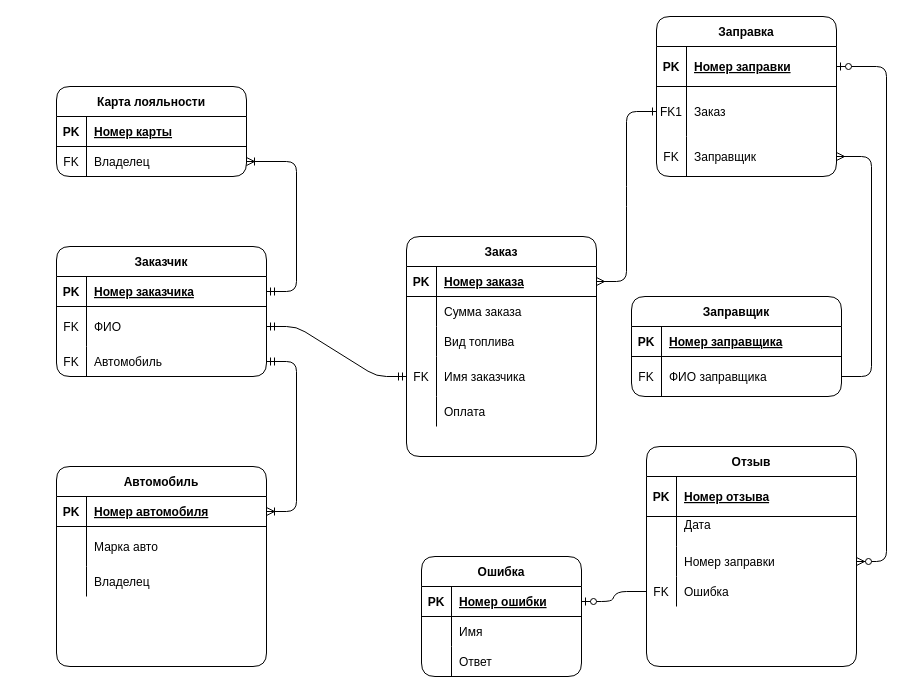
aleksey899/gas-station keeps this draw.io diagram as page "Logical" (1 of 2) of ERD.drawio. Above is the earlier version. Source tidied: cells renumbered, new cells numbered last; positions are measured from the earlier drawing's top-left corner, leaving out a move shared by most shapes. Both pictures are drawn from the tidied source at 100%, with x=0, y=0 at pixel (56, 16).
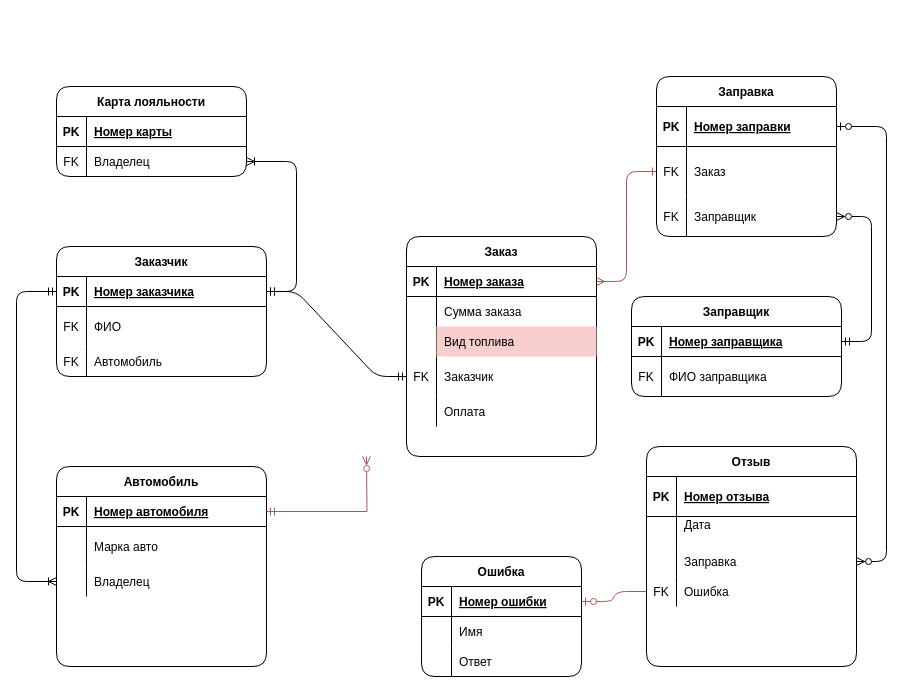
The same diagram, later.

The change refers to these unchanged cells:
```xml
<mxCell id="7" style="shape=partialRectangle;fillColor=none;points=[[0,0.5],[1,0.5]];portConstraint=eastwest;top=0;left=0;right=0;bottom=0;" parent="3" vertex="1">
  <mxGeometry y="70" width="180" height="50" as="geometry" />
</mxCell>
<mxCell id="10" style="shape=partialRectangle;fillColor=none;top=0;left=0;bottom=0;right=0;points=[[0,0.5],[1,0.5]];portConstraint=eastwest;" parent="3" vertex="1">
  <mxGeometry y="120" width="180" height="40" as="geometry" />
</mxCell>
<mxCell id="14" style="shape=partialRectangle;fillColor=none;points=[[0,0.5],[1,0.5]];portConstraint=eastwest;top=0;left=0;right=0;bottom=1;" parent="13" vertex="1">
  <mxGeometry y="30" width="160" height="30" as="geometry" />
</mxCell>
<mxCell id="24" style="shape=partialRectangle;fillColor=none;points=[[0,0.5],[1,0.5]];portConstraint=eastwest;top=0;left=0;right=0;bottom=1;" parent="23" vertex="1">
  <mxGeometry y="30" width="190" height="30" as="geometry" />
</mxCell>
<mxCell id="30" style="shape=partialRectangle;fillColor=none;top=0;left=0;bottom=0;right=0;" parent="23" vertex="1">
  <mxGeometry y="90" width="190" height="30" as="geometry" />
</mxCell>
<mxCell id="33" style="shape=partialRectangle;fillColor=none;top=0;left=0;bottom=0;right=0;points=[[0,0.5],[1,0.5]];portConstraint=eastwest;" parent="23" vertex="1">
  <mxGeometry y="120" width="190" height="40" as="geometry" />
</mxCell>
<mxCell id="46" style="shape=partialRectangle;fillColor=none;top=0;left=0;bottom=0;right=0;points=[[0,0.5],[1,0.5]];portConstraint=eastwest;" parent="39" vertex="1">
  <mxGeometry y="100" width="210" height="30" as="geometry" />
</mxCell>
<mxCell id="49" style="shape=partialRectangle;fillColor=none;top=0;left=0;bottom=0;right=0;points=[[0,0.5],[1,0.5]];portConstraint=eastwest;" parent="39" vertex="1">
  <mxGeometry y="130" width="210" height="30" as="geometry" />
</mxCell>
<mxCell id="60" style="shape=partialRectangle;fillColor=none;points=[[0,0.5],[1,0.5]];portConstraint=eastwest;top=0;left=0;right=0;bottom=1;" parent="59" vertex="1">
  <mxGeometry y="30" width="210" height="30" as="geometry" />
</mxCell>
<mxCell id="63" style="shape=partialRectangle;fillColor=none;points=[[0,0.5],[1,0.5]];portConstraint=eastwest;top=0;left=0;right=0;bottom=0;" parent="59" vertex="1">
  <mxGeometry y="60" width="210" height="40" as="geometry" />
</mxCell>
<mxCell id="66" style="shape=partialRectangle;fillColor=none;points=[[0,0.5],[1,0.5]];portConstraint=eastwest;top=0;left=0;right=0;bottom=0;" parent="59" vertex="1">
  <mxGeometry y="100" width="210" height="30" as="geometry" />
</mxCell>
<mxCell id="70" style="shape=partialRectangle;fillColor=none;points=[[0,0.5],[1,0.5]];portConstraint=eastwest;top=0;left=0;right=0;bottom=1;" parent="69" vertex="1">
  <mxGeometry y="30" width="210" height="30" as="geometry" />
</mxCell>
<mxCell id="76" style="shape=partialRectangle;fillColor=none;top=0;left=0;bottom=0;right=0;points=[[0,0.5],[1,0.5]];portConstraint=eastwest;" parent="69" vertex="1">
  <mxGeometry y="100" width="210" height="30" as="geometry" />
</mxCell>
<mxCell id="80" style="shape=partialRectangle;fillColor=none;points=[[0,0.5],[1,0.5]];portConstraint=eastwest;top=0;left=0;right=0;bottom=1;" parent="79" vertex="1">
  <mxGeometry y="30" width="210" height="30" as="geometry" />
</mxCell>
<mxCell id="83" style="shape=partialRectangle;fillColor=none;points=[[0,0.5],[1,0.5]];portConstraint=eastwest;top=0;left=0;right=0;bottom=0;" parent="79" vertex="1">
  <mxGeometry y="60" width="210" height="40" as="geometry" />
</mxCell>
```

Change to the diagram source:
```diff
@@
-    <mxCell id="2" style="edgeStyle=entityRelationEdgeStyle;endArrow=ERone;startArrow=ERmany;endFill=0;startFill=0;" parent="1" edge="1" source="24" target="7">
+    <mxCell id="2" style="edgeStyle=entityRelationEdgeStyle;endArrow=ERone;startArrow=ERmany;endFill=0;startFill=0;fillColor=#f8cecc;strokeColor=#b85450;" parent="1" edge="1" source="24" target="7">
       <mxGeometry relative="1" as="geometry" />
     </mxCell>
     <mxCell id="3" value="Заправка" style="shape=table;startSize=30;childLayout=tableLayout;rowLines=0;fontStyle=1;align=center;rounded=1;" parent="1" vertex="1">
-      <mxGeometry x="600" width="180" height="160" as="geometry" />
+      <mxGeometry x="600" y="60" width="180" height="160" as="geometry" />
     </mxCell>
@@
-    <mxCell id="8" value="FK1" style="shape=partialRectangle;overflow=hidden;fillColor=none;top=0;left=0;bottom=0;right=0;" parent="7" vertex="1">
+    <mxCell id="8" value="FK" style="shape=partialRectangle;overflow=hidden;fillColor=none;top=0;left=0;bottom=0;right=0;" parent="7" vertex="1">
       <mxGeometry width="30" height="50" as="geometry" />
     </mxCell>
@@
-    <mxCell id="32" value="Вид топлива" style="shape=partialRectangle;fillColor=none;top=0;left=0;bottom=0;right=0;align=left;spacingLeft=6;overflow=hidden;" parent="30" vertex="1">
+    <mxCell id="32" value="Вид топлива" style="shape=partialRectangle;fillColor=#f8cecc;top=0;left=0;bottom=0;right=0;align=left;spacingLeft=6;overflow=hidden;strokeColor=#b85450;" parent="30" vertex="1">
       <mxGeometry x="30" width="160" height="30" as="geometry" />
     </mxCell>
@@
-    <mxCell id="35" value="Имя заказчика" style="shape=partialRectangle;fillColor=none;top=0;left=0;bottom=0;right=0;align=left;spacingLeft=6;overflow=hidden;" parent="33" vertex="1">
+    <mxCell id="35" value="Заказчик" style="shape=partialRectangle;fillColor=none;top=0;left=0;bottom=0;right=0;align=left;spacingLeft=6;overflow=hidden;" parent="33" vertex="1">
       <mxGeometry x="30" width="160" height="40" as="geometry" />
     </mxCell>
@@
-    <mxCell id="48" value="Номер заправки" style="shape=partialRectangle;fillColor=none;top=0;left=0;bottom=0;right=0;align=left;spacingLeft=6;overflow=hidden;" parent="46" vertex="1">
+    <mxCell id="48" value="Заправка" style="shape=partialRectangle;fillColor=none;top=0;left=0;bottom=0;right=0;align=left;spacingLeft=6;overflow=hidden;" parent="46" vertex="1">
       <mxGeometry x="30" width="180" height="30" as="geometry" />
     </mxCell>
@@
-    <mxCell id="88" style="edgeStyle=entityRelationEdgeStyle;fontSize=12;html=1;endArrow=ERzeroToOne;endFill=1;strokeColor=#000000;" parent="1" edge="1" source="49" target="14">
+    <mxCell id="88" style="edgeStyle=entityRelationEdgeStyle;fontSize=12;html=1;endArrow=ERzeroToOne;endFill=1;strokeColor=#b85450;fillColor=#f8cecc;" parent="1" edge="1" source="49" target="14">
       <mxGeometry relative="1" as="geometry" />
     </mxCell>
-    <mxCell id="89" style="edgeStyle=entityRelationEdgeStyle;fontSize=12;html=1;endArrow=ERmany;endFill=0;strokeColor=#000000;startArrow=none;startFill=0;" parent="1" edge="1" source="83" target="10">
+    <mxCell id="89" style="edgeStyle=entityRelationEdgeStyle;fontSize=12;html=1;endArrow=ERzeroToMany;endFill=0;strokeColor=#000000;startArrow=ERmandOne;startFill=0;" parent="1" edge="1" source="80" target="10">
       <mxGeometry relative="1" as="geometry" />
     </mxCell>
-    <mxCell id="90" style="edgeStyle=entityRelationEdgeStyle;fontSize=12;html=1;endArrow=ERoneToMany;endFill=0;strokeColor=#000000;startArrow=ERmandOne;startFill=0;" parent="1" edge="1" source="66" target="70">
-      <mxGeometry relative="1" as="geometry" />
+    <mxCell id="90" style="edgeStyle=orthogonalEdgeStyle;fontSize=12;html=1;endArrow=ERoneToMany;endFill=0;strokeColor=#000000;startArrow=ERmandOne;startFill=0;exitX=0;exitY=0.5;exitDx=0;exitDy=0;" parent="1" edge="1" source="60" target="76">
+      <mxGeometry relative="1" as="geometry">
+        <Array as="points">
+          <mxPoint x="-40" y="275" />
+          <mxPoint x="-40" y="565" />
+        </Array>
+      </mxGeometry>
     </mxCell>
-    <mxCell id="91" style="edgeStyle=entityRelationEdgeStyle;fontSize=12;html=1;endArrow=ERmandOne;endFill=0;strokeColor=#000000;startArrow=ERmandOne;startFill=0;" parent="1" edge="1" source="63" target="33">
+    <mxCell id="91" style="edgeStyle=entityRelationEdgeStyle;fontSize=12;html=1;endArrow=ERmandOne;endFill=0;strokeColor=#000000;startArrow=ERmandOne;startFill=0;" parent="1" edge="1" source="60" target="33">
       <mxGeometry relative="1" as="geometry" />
     </mxCell>
+    <mxCell id="92" style="edgeStyle=orthogonalEdgeStyle;rounded=0;jettySize=auto;html=1;startArrow=ERmandOne;startFill=0;endArrow=ERzeroToMany;endFill=0;fillColor=#f8cecc;strokeColor=#b85450;" parent="1" edge="1" source="70">
+      <mxGeometry relative="1" as="geometry">
+        <mxPoint x="310" y="440" as="targetPoint" />
+      </mxGeometry>
+    </mxCell>
```
